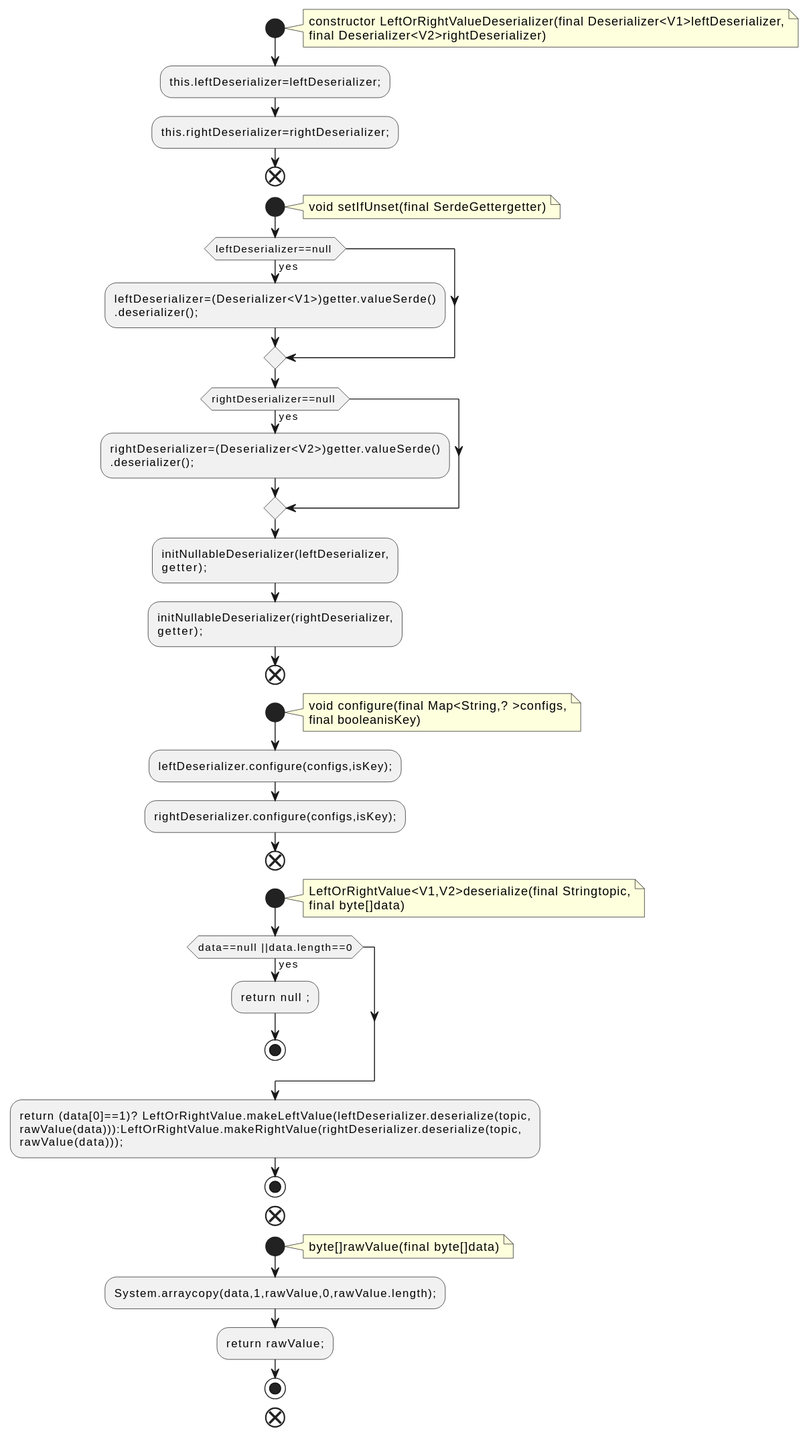
Above: docs/qc/streams/src/main/java/org/apache/kafka/streams/state/internals/LeftOrRightValueDeserializer.java.fct.svg in qualitesys/kafka (PlantUML), before the change.
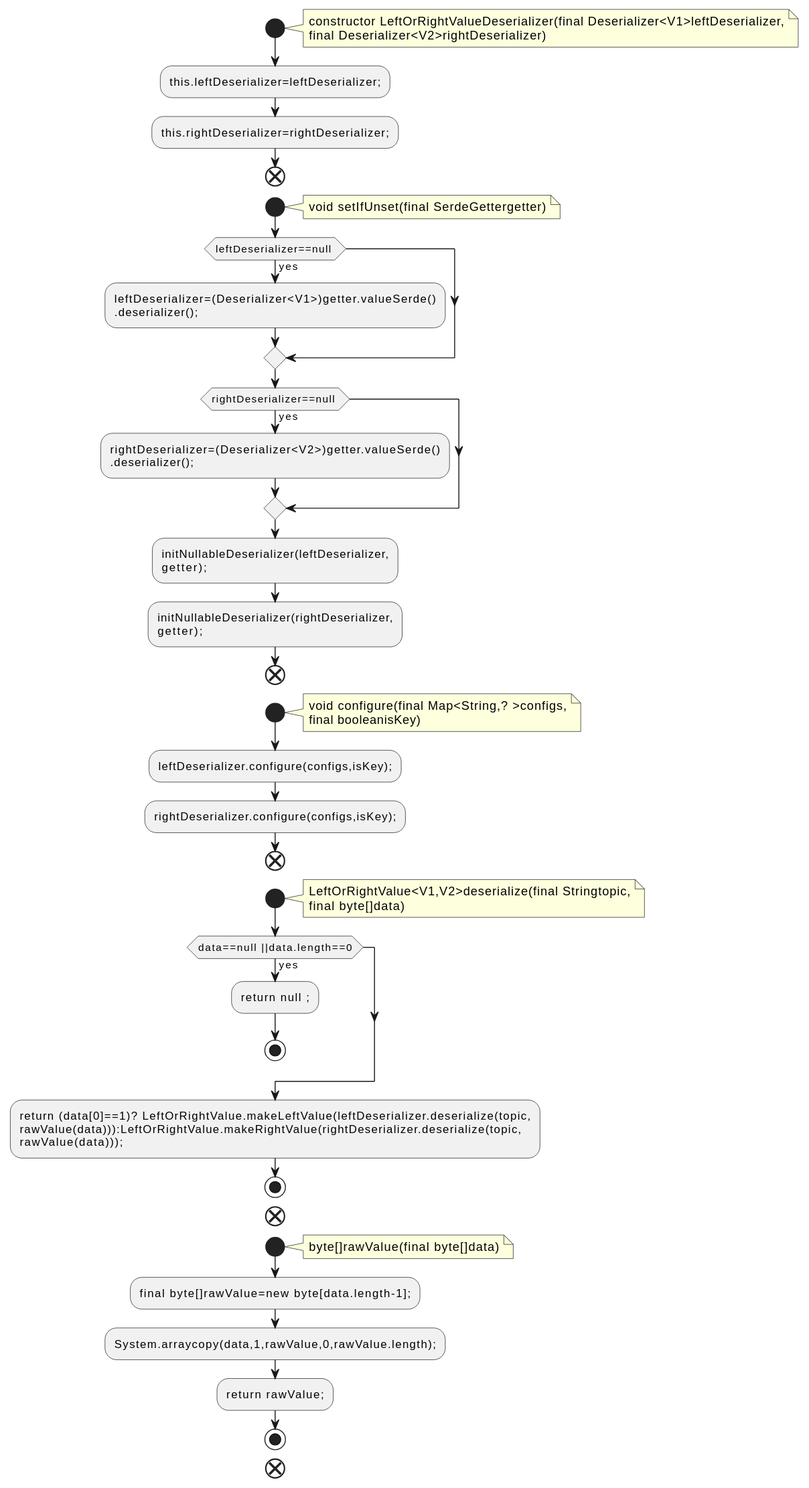
Above is the later version.

Diff of the diagram source:
```diff
@@ -51,6 +51,7 @@
 note right
 byte[]rawValue(final byte[]data)
 end note
+:final byte[]rawValue=new byte[data.length-1];;
 :System.arraycopy(data,1,rawValue,0,rawValue.length);;
 :return rawValue;;
 stop
```
